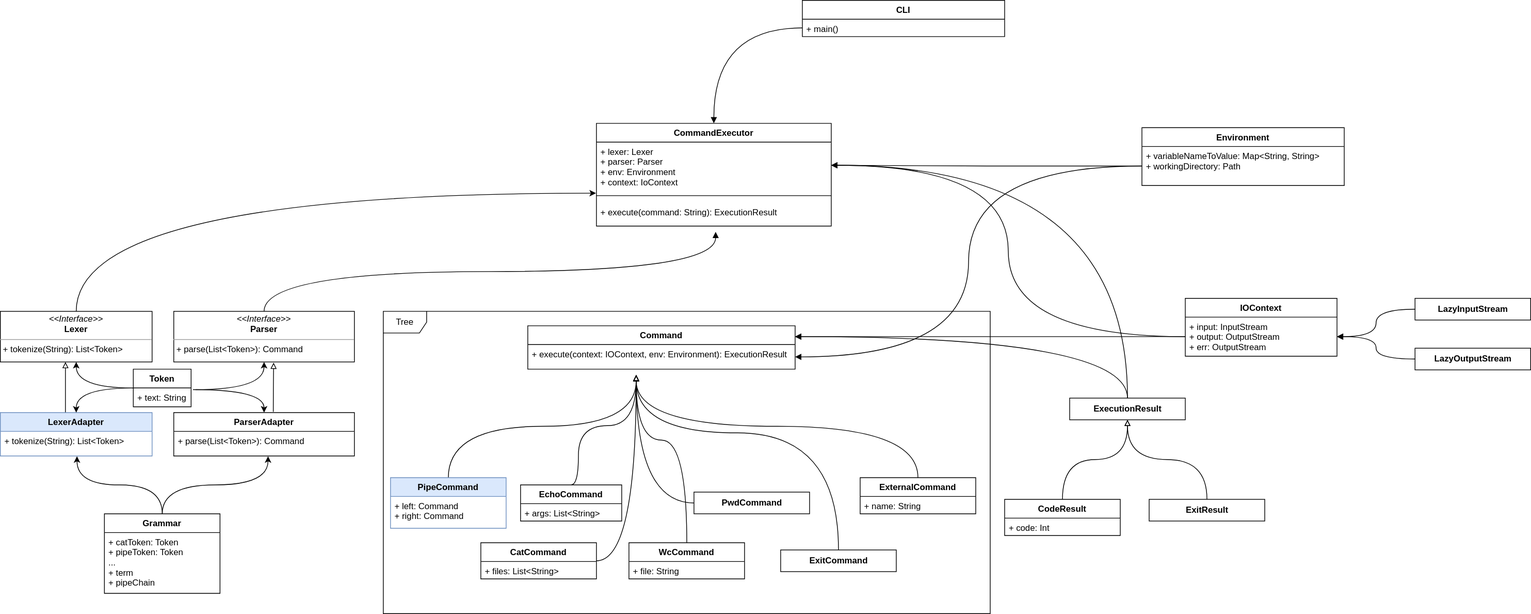
Earlier version of the draw.io export CLI Design.svg (kkarnauk/sd-hse-spring-2022). Source tidied: cells renumbered, new cells last; positions are measured from the earlier drawing's top-left corner, leaving out a move shared by most shapes.
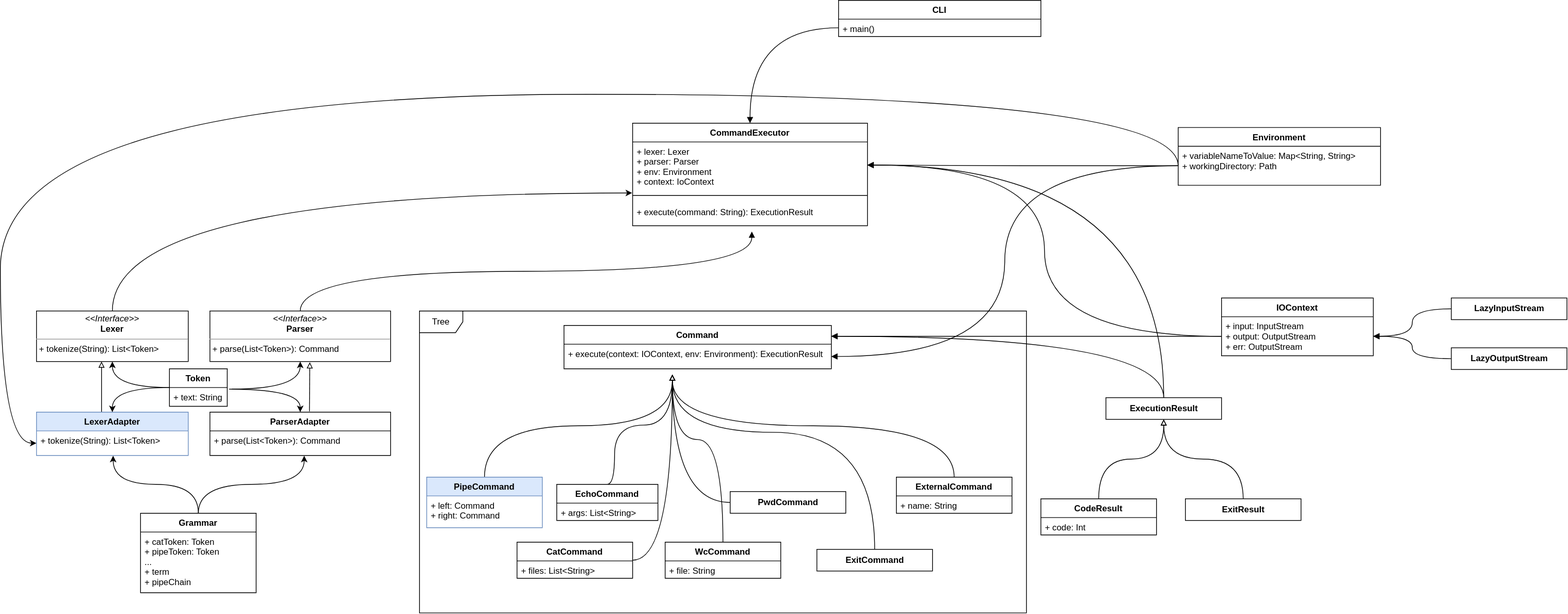
Later version of the same file.

Commit message:
Fix diagram and design doc

Diff of the diagram source:
```diff
@@ -251,5 +251,14 @@
     <mxCell id="70" style="edgeStyle=orthogonalEdgeStyle;curved=1;jettySize=auto;html=1;exitX=0;exitY=0.5;exitDx=0;exitDy=0;entryX=1;entryY=0.5;entryDx=0;entryDy=0;endArrow=block;endFill=1;" parent="1" edge="1" source="49" target="34">
       <mxGeometry relative="1" as="geometry" />
     </mxCell>
+    <mxCell id="71" style="edgeStyle=orthogonalEdgeStyle;curved=1;rounded=0;jettySize=auto;html=1;exitX=0;exitY=0.5;exitDx=0;exitDy=0;entryX=0;entryY=0.5;entryDx=0;entryDy=0;" parent="1" edge="1" source="44" target="7">
+      <mxGeometry relative="1" as="geometry">
+        <Array as="points">
+          <mxPoint x="1580" y="130" />
+          <mxPoint x="-50" y="130" />
+          <mxPoint x="-50" y="613" />
+        </Array>
+      </mxGeometry>
+    </mxCell>
   </root>
 </mxGraphModel>
```
